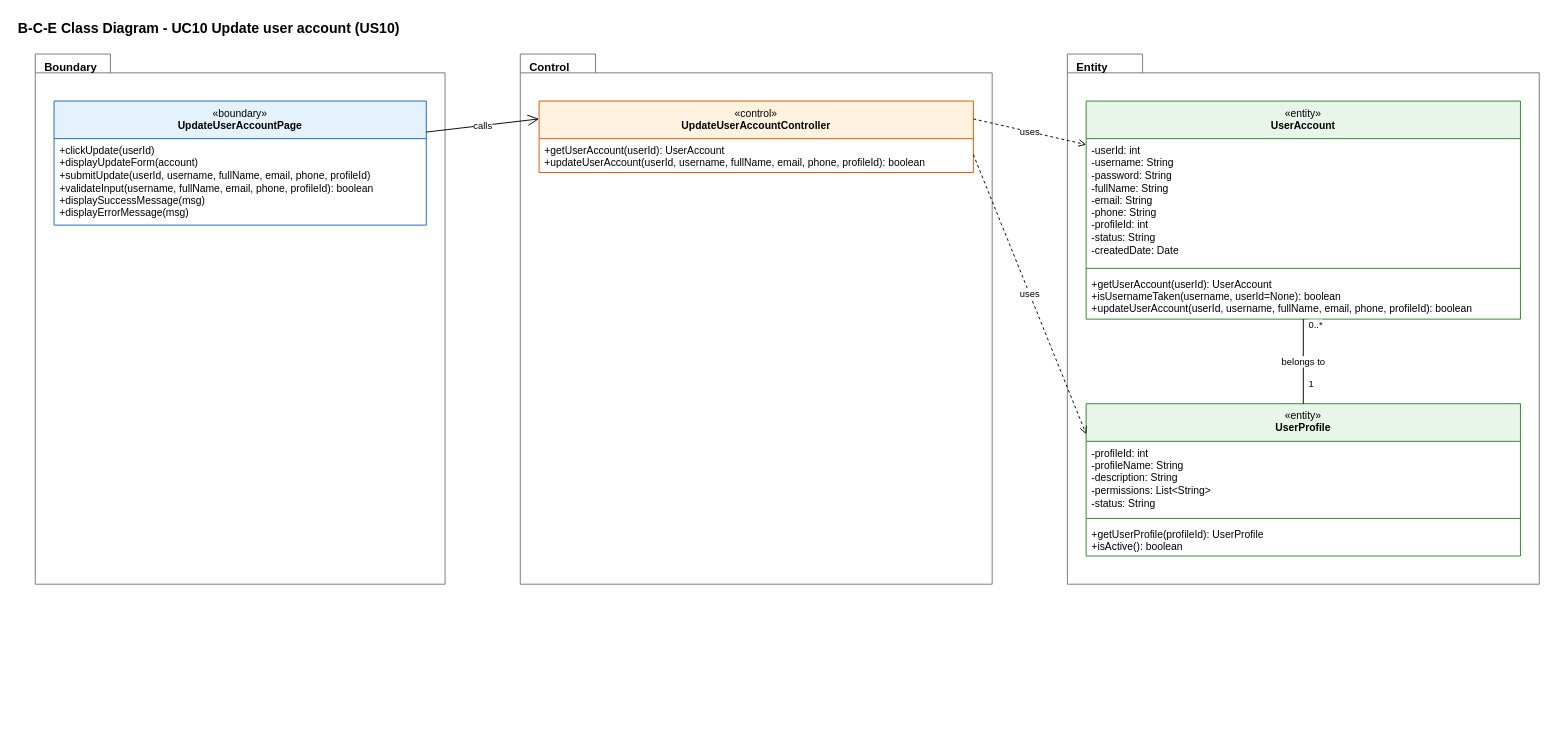
The draw.io diagram page "5 BCE Class Diagram" (5 of 6) of Sprint_1/US10 - Update User Account/US10 Update user account.drawio in Hanzxc/CSIT314-ARCHSS, before the edit. Source tidied: cells renumbered, new cells numbered last; positions are measured from the earlier drawing's top-left corner, leaving out a move shared by most shapes. Both pictures are drawn from the tidied source at 94%, with x=0, y=0 at pixel (16, 16).
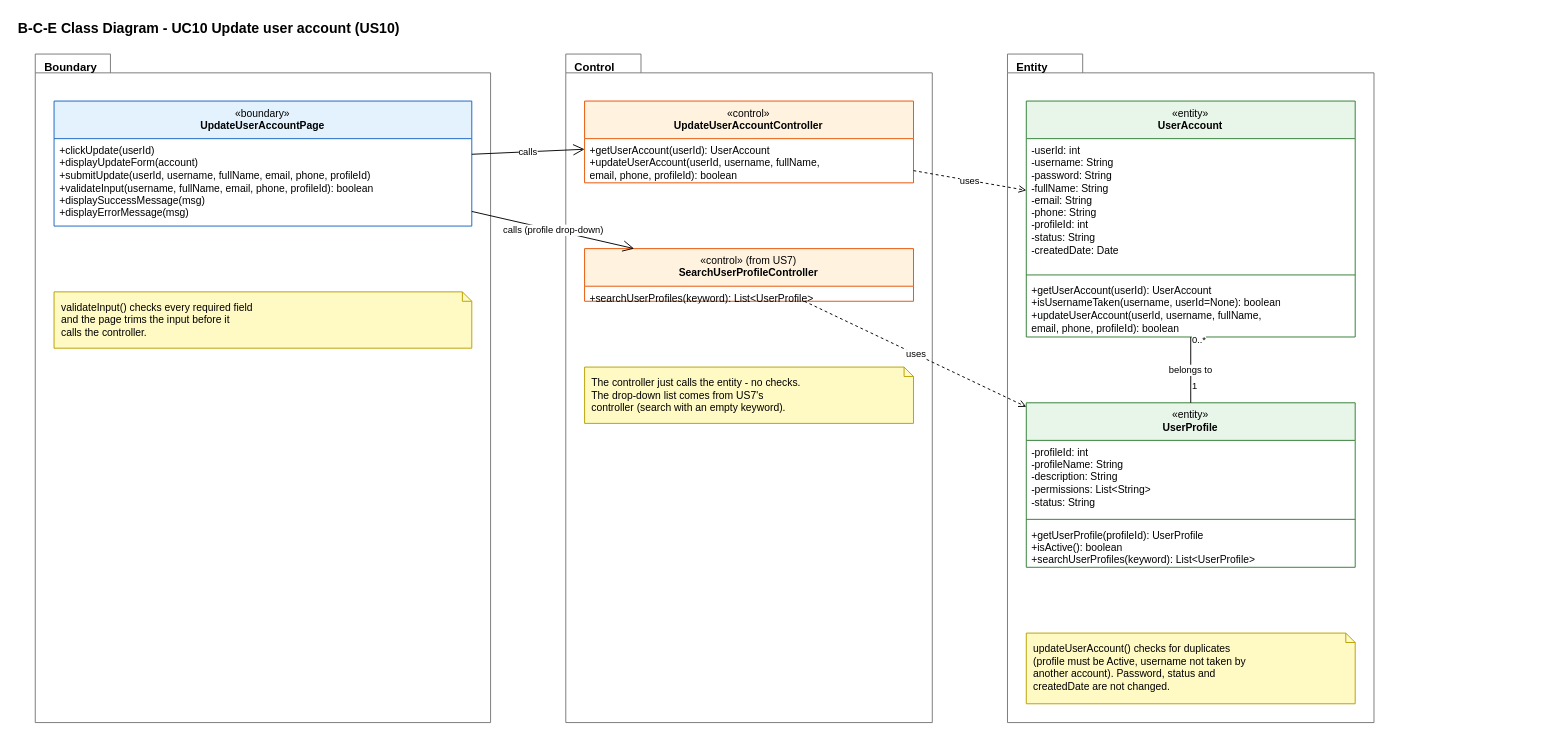
The same diagram, later.

What changed in the source:
```diff
@@
     <mxCell id="2" value="&lt;b&gt;B-C-E Class Diagram - UC10 Update user account (US10)&lt;/b&gt;" style="text;html=1;strokeColor=none;fillColor=none;align=left;verticalAlign=middle;whiteSpace=nowrap;fontSize=15;fontColor=#000000;" parent="1" vertex="1">
-      <mxGeometry width="413.5" height="24" as="geometry" />
+      <mxGeometry width="504.2" height="24" as="geometry" />
     </mxCell>
     <mxCell id="3" value="&lt;b&gt;Boundary&lt;/b&gt;" style="shape=folder;tabWidth=80;tabHeight=20;tabPosition=left;html=1;verticalAlign=top;align=left;spacingLeft=8;spacingTop=0;fillColor=none;fontSize=12;strokeColor=#777777;fontColor=#000000;" parent="1" vertex="1">
-      <mxGeometry x="20" y="40" width="436" height="564" as="geometry" />
+      <mxGeometry x="20" y="40" width="484.4" height="711.2" as="geometry" />
     </mxCell>
-    <mxCell id="4" value="&lt;b&gt;Control&lt;/b&gt;" style="shape=folder;tabWidth=80;tabHeight=20;tabPosition=left;html=1;verticalAlign=top;align=left;spacingLeft=8;spacingTop=0;fillColor=none;fontSize=12;strokeColor=#777777;fontColor=#000000;" parent="1" vertex="1">
-      <mxGeometry x="536" y="40" width="502" height="564" as="geometry" />
-    </mxCell>
-    <mxCell id="5" value="&lt;b&gt;Entity&lt;/b&gt;" style="shape=folder;tabWidth=80;tabHeight=20;tabPosition=left;html=1;verticalAlign=top;align=left;spacingLeft=8;spacingTop=0;fillColor=none;fontSize=12;strokeColor=#777777;fontColor=#000000;" parent="1" vertex="1">
-      <mxGeometry x="1118" y="40" width="502" height="564" as="geometry" />
-    </mxCell>
     <mxCell id="6" value="«boundary»&lt;br&gt;&lt;b&gt;UpdateUserAccountPage&lt;/b&gt;" style="swimlane;fontStyle=0;align=center;verticalAlign=top;horizontal=1;startSize=40;html=1;whiteSpace=wrap;fontSize=11;fillColor=#E3F2FD;strokeColor=#1565C0;swimlaneFillColor=#FFFFFF;fontColor=#000000;" parent="1" vertex="1">
-      <mxGeometry x="40" y="90" width="396" height="132" as="geometry" />
+      <mxGeometry x="40" y="90" width="444.4" height="133" as="geometry" />
     </mxCell>
     <mxCell id="7" value="+clickUpdate(userId)&lt;br&gt;+displayUpdateForm(account)&lt;br&gt;+submitUpdate(userId, username, fullName, email, phone, profileId)&lt;br&gt;+validateInput(username, fullName, email, phone, profileId): boolean&lt;br&gt;+displaySuccessMessage(msg)&lt;br&gt;+displayErrorMessage(msg)" style="text;strokeColor=none;fillColor=none;align=left;verticalAlign=top;spacingLeft=4;spacingRight=4;overflow=hidden;whiteSpace=nowrap;html=1;fontSize=11;fontColor=#000000;" parent="6" vertex="1">
-      <mxGeometry y="40" width="396" height="92" as="geometry" />
+      <mxGeometry y="40" width="444.4" height="93" as="geometry" />
     </mxCell>
+    <mxCell id="24" value="validateInput() checks every required field&lt;br&gt;and the page trims the input before it&lt;br&gt;calls the controller." style="shape=note;whiteSpace=wrap;html=1;size=10;fillColor=#FFF9C4;strokeColor=#B8A100;align=left;verticalAlign=top;spacingLeft=6;spacingRight=4;spacingTop=4;fontSize=11;fontColor=#000000;" parent="1" vertex="1">
+      <mxGeometry x="40" y="293" width="444.4" height="59.9" as="geometry" />
+    </mxCell>
+    <mxCell id="4" value="&lt;b&gt;Control&lt;/b&gt;" style="shape=folder;tabWidth=80;tabHeight=20;tabPosition=left;html=1;verticalAlign=top;align=left;spacingLeft=8;spacingTop=0;fillColor=none;fontSize=12;strokeColor=#777777;fontColor=#000000;" parent="1" vertex="1">
+      <mxGeometry x="584.4" y="40" width="389.9" height="711.2" as="geometry" />
+    </mxCell>
     <mxCell id="8" value="«control»&lt;br&gt;&lt;b&gt;UpdateUserAccountController&lt;/b&gt;" style="swimlane;fontStyle=0;align=center;verticalAlign=top;horizontal=1;startSize=40;html=1;whiteSpace=wrap;fontSize=11;fillColor=#FFF3E0;strokeColor=#E65100;swimlaneFillColor=#FFFFFF;fontColor=#000000;" parent="1" vertex="1">
-      <mxGeometry x="556" y="90" width="462" height="76" as="geometry" />
+      <mxGeometry x="604.4" y="90" width="349.9" height="87" as="geometry" />
     </mxCell>
-    <mxCell id="9" value="+getUserAccount(userId): UserAccount&lt;br&gt;+updateUserAccount(userId, username, fullName, email, phone, profileId): boolean" style="text;strokeColor=none;fillColor=none;align=left;verticalAlign=top;spacingLeft=4;spacingRight=4;overflow=hidden;whiteSpace=nowrap;html=1;fontSize=11;fontColor=#000000;" parent="8" vertex="1">
-      <mxGeometry y="40" width="462" height="36" as="geometry" />
+    <mxCell id="9" value="+getUserAccount(userId): UserAccount&lt;br&gt;+updateUserAccount(userId, username, fullName,&lt;br&gt;        email, phone, profileId): boolean" style="text;strokeColor=none;fillColor=none;align=left;verticalAlign=top;spacingLeft=4;spacingRight=4;overflow=hidden;whiteSpace=nowrap;html=1;fontSize=11;fontColor=#000000;" parent="8" vertex="1">
+      <mxGeometry y="40" width="349.9" height="47" as="geometry" />
     </mxCell>
+    <mxCell id="25" value="«control» (from US7)&lt;br&gt;&lt;b&gt;SearchUserProfileController&lt;/b&gt;" style="swimlane;fontStyle=0;align=center;verticalAlign=top;horizontal=1;startSize=40;html=1;whiteSpace=wrap;fontSize=11;fillColor=#FFF3E0;strokeColor=#E65100;swimlaneFillColor=#FFFFFF;fontColor=#000000;" parent="1" vertex="1">
+      <mxGeometry x="604.4" y="247" width="349.9" height="56" as="geometry" />
+    </mxCell>
+    <mxCell id="26" value="+searchUserProfiles(keyword): List&amp;lt;UserProfile&amp;gt;" style="text;strokeColor=none;fillColor=none;align=left;verticalAlign=top;spacingLeft=4;spacingRight=4;overflow=hidden;whiteSpace=nowrap;html=1;fontSize=11;fontColor=#000000;" parent="25" vertex="1">
+      <mxGeometry y="40" width="349.9" height="16" as="geometry" />
+    </mxCell>
+    <mxCell id="27" value="The controller just calls the entity - no checks.&lt;br&gt;The drop-down list comes from US7's&lt;br&gt;controller (search with an empty keyword)." style="shape=note;whiteSpace=wrap;html=1;size=10;fillColor=#FFF9C4;strokeColor=#B8A100;align=left;verticalAlign=top;spacingLeft=6;spacingRight=4;spacingTop=4;fontSize=11;fontColor=#000000;" parent="1" vertex="1">
+      <mxGeometry x="604.4" y="373" width="349.9" height="59.9" as="geometry" />
+    </mxCell>
+    <mxCell id="5" value="&lt;b&gt;Entity&lt;/b&gt;" style="shape=folder;tabWidth=80;tabHeight=20;tabPosition=left;html=1;verticalAlign=top;align=left;spacingLeft=8;spacingTop=0;fillColor=none;fontSize=12;strokeColor=#777777;fontColor=#000000;" parent="1" vertex="1">
+      <mxGeometry x="1054.3" y="40" width="389.9" height="711.2" as="geometry" />
+    </mxCell>
     <mxCell id="10" value="«entity»&lt;br&gt;&lt;b&gt;UserAccount&lt;/b&gt;" style="swimlane;fontStyle=0;align=center;verticalAlign=top;horizontal=1;startSize=40;html=1;whiteSpace=wrap;fontSize=11;fillColor=#E8F5E9;strokeColor=#2E7D32;swimlaneFillColor=#FFFFFF;fontColor=#000000;" parent="1" vertex="1">
-      <mxGeometry x="1138" y="90" width="462" height="232" as="geometry" />
+      <mxGeometry x="1074.3" y="90" width="349.9" height="251" as="geometry" />
     </mxCell>
     <mxCell id="11" value="-userId: int&lt;br&gt;-username: String&lt;br&gt;-password: String&lt;br&gt;-fullName: String&lt;br&gt;-email: String&lt;br&gt;-phone: String&lt;br&gt;-profileId: int&lt;br&gt;-status: String&lt;br&gt;-createdDate: Date" style="text;strokeColor=none;fillColor=none;align=left;verticalAlign=top;spacingLeft=4;spacingRight=4;overflow=hidden;whiteSpace=nowrap;html=1;fontSize=11;fontColor=#000000;" parent="10" vertex="1">
-      <mxGeometry y="40" width="462" height="134" as="geometry" />
+      <mxGeometry y="40" width="349.9" height="141" as="geometry" />
     </mxCell>
-    <mxCell id="12" style="line;strokeWidth=1;fillColor=none;align=left;verticalAlign=middle;spacingTop=-1;spacingLeft=3;spacingRight=3;labelPosition=right;strokeColor=#2E7D32;fontColor=#000000;" parent="10" vertex="1">
-      <mxGeometry y="174" width="462" height="8" as="geometry" />
-    </mxCell>
+    <mxCell id="28" style="line;strokeWidth=1;fillColor=none;align=left;verticalAlign=middle;spacingTop=-1;spacingLeft=3;spacingRight=3;labelPosition=right;strokeColor=#2E7D32;fontColor=#000000;" parent="10" vertex="1">
+      <mxGeometry y="181" width="349.9" height="8" as="geometry" />
+    </mxCell>
-    <mxCell id="13" value="+getUserAccount(userId): UserAccount&lt;br&gt;+isUsernameTaken(username, userId=None): boolean&lt;br&gt;+updateUserAccount(userId, username, fullName, email, phone, profileId): boolean" style="text;strokeColor=none;fillColor=none;align=left;verticalAlign=top;spacingLeft=4;spacingRight=4;overflow=hidden;whiteSpace=nowrap;html=1;fontSize=11;fontColor=#000000;" parent="10" vertex="1">
-      <mxGeometry y="182" width="462" height="50" as="geometry" />
+    <mxCell id="13" value="+getUserAccount(userId): UserAccount&lt;br&gt;+isUsernameTaken(username, userId=None): boolean&lt;br&gt;+updateUserAccount(userId, username, fullName,&lt;br&gt;        email, phone, profileId): boolean" style="text;strokeColor=none;fillColor=none;align=left;verticalAlign=top;spacingLeft=4;spacingRight=4;overflow=hidden;whiteSpace=nowrap;html=1;fontSize=11;fontColor=#000000;" parent="10" vertex="1">
+      <mxGeometry y="189" width="349.9" height="62" as="geometry" />
     </mxCell>
     <mxCell id="14" value="«entity»&lt;br&gt;&lt;b&gt;UserProfile&lt;/b&gt;" style="swimlane;fontStyle=0;align=center;verticalAlign=top;horizontal=1;startSize=40;html=1;whiteSpace=wrap;fontSize=11;fillColor=#E8F5E9;strokeColor=#2E7D32;swimlaneFillColor=#FFFFFF;fontColor=#000000;" parent="1" vertex="1">
-      <mxGeometry x="1138" y="412" width="462" height="162" as="geometry" />
+      <mxGeometry x="1074.3" y="411" width="349.9" height="175" as="geometry" />
     </mxCell>
     <mxCell id="15" value="-profileId: int&lt;br&gt;-profileName: String&lt;br&gt;-description: String&lt;br&gt;-permissions: List&amp;lt;String&amp;gt;&lt;br&gt;-status: String" style="text;strokeColor=none;fillColor=none;align=left;verticalAlign=top;spacingLeft=4;spacingRight=4;overflow=hidden;whiteSpace=nowrap;html=1;fontSize=11;fontColor=#000000;" parent="14" vertex="1">
-      <mxGeometry y="40" width="462" height="78" as="geometry" />
+      <mxGeometry y="40" width="349.9" height="80" as="geometry" />
     </mxCell>
-    <mxCell id="16" style="line;strokeWidth=1;fillColor=none;align=left;verticalAlign=middle;spacingTop=-1;spacingLeft=3;spacingRight=3;labelPosition=right;strokeColor=#2E7D32;fontColor=#000000;" parent="14" vertex="1">
-      <mxGeometry y="118" width="462" height="8" as="geometry" />
-    </mxCell>
-    <mxCell id="17" value="+getUserProfile(profileId): UserProfile&lt;br&gt;+isActive(): boolean" style="text;strokeColor=none;fillColor=none;align=left;verticalAlign=top;spacingLeft=4;spacingRight=4;overflow=hidden;whiteSpace=nowrap;html=1;fontSize=11;fontColor=#000000;" parent="14" vertex="1">
-      <mxGeometry y="126" width="462" height="36" as="geometry" />
-    </mxCell>
+    <mxCell id="29" style="line;strokeWidth=1;fillColor=none;align=left;verticalAlign=middle;spacingTop=-1;spacingLeft=3;spacingRight=3;labelPosition=right;strokeColor=#2E7D32;fontColor=#000000;" parent="14" vertex="1">
+      <mxGeometry y="120" width="349.9" height="8" as="geometry" />
+    </mxCell>
+    <mxCell id="30" value="+getUserProfile(profileId): UserProfile&lt;br&gt;+isActive(): boolean&lt;br&gt;+searchUserProfiles(keyword): List&amp;lt;UserProfile&amp;gt;" style="text;strokeColor=none;fillColor=none;align=left;verticalAlign=top;spacingLeft=4;spacingRight=4;overflow=hidden;whiteSpace=nowrap;html=1;fontSize=11;fontColor=#000000;" parent="14" vertex="1">
+      <mxGeometry y="128" width="349.9" height="47" as="geometry" />
+    </mxCell>
+    <mxCell id="31" value="updateUserAccount() checks for duplicates&lt;br&gt;(profile must be Active, username not taken by&lt;br&gt;another account). Password, status and&lt;br&gt;createdDate are not changed." style="shape=note;whiteSpace=wrap;html=1;size=10;fillColor=#FFF9C4;strokeColor=#B8A100;align=left;verticalAlign=top;spacingLeft=6;spacingRight=4;spacingTop=4;fontSize=11;fontColor=#000000;" parent="1" vertex="1">
+      <mxGeometry x="1074.3" y="656" width="349.9" height="75.2" as="geometry" />
+    </mxCell>
-    <mxCell id="18" value="calls" style="endArrow=open;endFill=0;endSize=10;html=1;rounded=0;fontSize=10;fontColor=#000000;strokeColor=#000000;labelBackgroundColor=#FFFFFF;exitX=1;exitY=0.25;exitDx=0;exitDy=0;entryX=0;entryY=0.25;entryDx=0;entryDy=0;" parent="1" edge="1" source="6" target="8">
+    <mxCell id="18" value="calls" style="endArrow=open;endFill=0;endSize=10;html=1;rounded=0;fontSize=10;fontColor=#000000;strokeColor=#000000;labelBackgroundColor=#FFFFFF;" parent="1" edge="1" source="6" target="8">
       <mxGeometry relative="1" as="geometry" />
     </mxCell>
+    <mxCell id="32" value="calls (profile drop-down)" style="endArrow=open;endFill=0;endSize=10;html=1;rounded=0;fontSize=10;fontColor=#000000;strokeColor=#000000;labelBackgroundColor=#FFFFFF;" parent="1" edge="1" source="6" target="25">
+      <mxGeometry relative="1" as="geometry" />
+    </mxCell>
-    <mxCell id="19" value="uses" style="endArrow=open;endFill=0;dashed=1;html=1;rounded=0;fontSize=10;fontColor=#000000;strokeColor=#000000;labelBackgroundColor=#FFFFFF;exitX=1;exitY=0.25;exitDx=0;exitDy=0;entryX=0;entryY=0.2;entryDx=0;entryDy=0;" parent="1" edge="1" source="8" target="10">
+    <mxCell id="19" value="uses" style="endArrow=open;endFill=0;dashed=1;html=1;rounded=0;fontSize=10;fontColor=#000000;strokeColor=#000000;labelBackgroundColor=#FFFFFF;" parent="1" edge="1" source="8" target="10">
       <mxGeometry relative="1" as="geometry" />
     </mxCell>
-    <mxCell id="20" value="uses" style="endArrow=open;endFill=0;dashed=1;html=1;rounded=0;fontSize=10;fontColor=#000000;strokeColor=#000000;labelBackgroundColor=#FFFFFF;exitX=1;exitY=0.75;exitDx=0;exitDy=0;entryX=0;entryY=0.2;entryDx=0;entryDy=0;" parent="1" edge="1" source="8" target="14">
-      <mxGeometry relative="1" as="geometry" />
-    </mxCell>
+    <mxCell id="33" value="uses" style="endArrow=open;endFill=0;dashed=1;html=1;rounded=0;fontSize=10;fontColor=#000000;strokeColor=#000000;labelBackgroundColor=#FFFFFF;" parent="1" edge="1" source="25" target="14">
+      <mxGeometry relative="1" as="geometry" />
+    </mxCell>
-    <mxCell id="21" value="belongs to" style="endArrow=none;html=1;rounded=0;fontSize=10;fontColor=#000000;strokeColor=#000000;labelBackgroundColor=#FFFFFF;exitX=0.5;exitY=1;exitDx=0;exitDy=0;entryX=0.5;entryY=0;entryDx=0;entryDy=0;" parent="1" edge="1" source="10" target="14">
+    <mxCell id="21" value="belongs to" style="endArrow=none;html=1;rounded=0;fontSize=10;fontColor=#000000;strokeColor=#000000;labelBackgroundColor=#FFFFFF;" parent="1" edge="1" source="10" target="14">
       <mxGeometry relative="1" as="geometry" />
     </mxCell>
     <mxCell id="22" value="0..*" style="edgeLabel;html=1;align=left;verticalAlign=bottom;fontSize=10;fontColor=#000000;labelBackgroundColor=#FFFFFF;" parent="21" vertex="1">
-      <mxGeometry x="-0.7" relative="1" as="geometry">
-        <mxPoint x="4" as="offset" />
-      </mxGeometry>
+      <mxGeometry x="-0.7" relative="1" as="geometry" />
     </mxCell>
     <mxCell id="23" value="1" style="edgeLabel;html=1;align=left;verticalAlign=bottom;fontSize=10;fontColor=#000000;labelBackgroundColor=#FFFFFF;" parent="21" vertex="1">
-      <mxGeometry x="0.7" relative="1" as="geometry">
-        <mxPoint x="4" as="offset" />
-      </mxGeometry>
+      <mxGeometry x="0.7" relative="1" as="geometry" />
     </mxCell>
```
